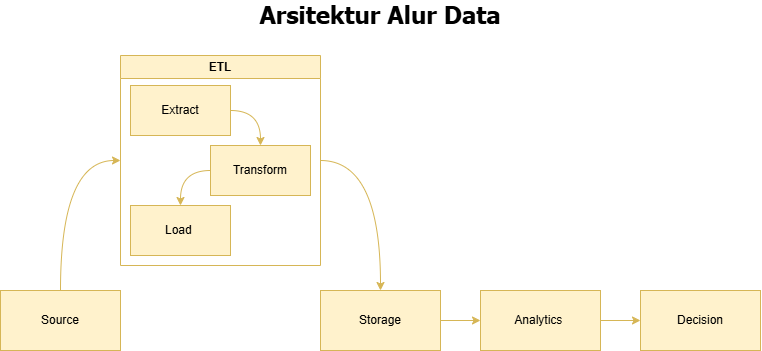
Nia026/Praktikum-1---Manajemen-Data-dan-Informasi- keeps this draw.io diagram as Alur Diagram/Arsitektur Alur Data.drawio.png. Above is the earlier version. Source tidied: cells renumbered, new cells last; positions are measured from the earlier drawing's top-left corner, leaving out a move shared by most shapes.
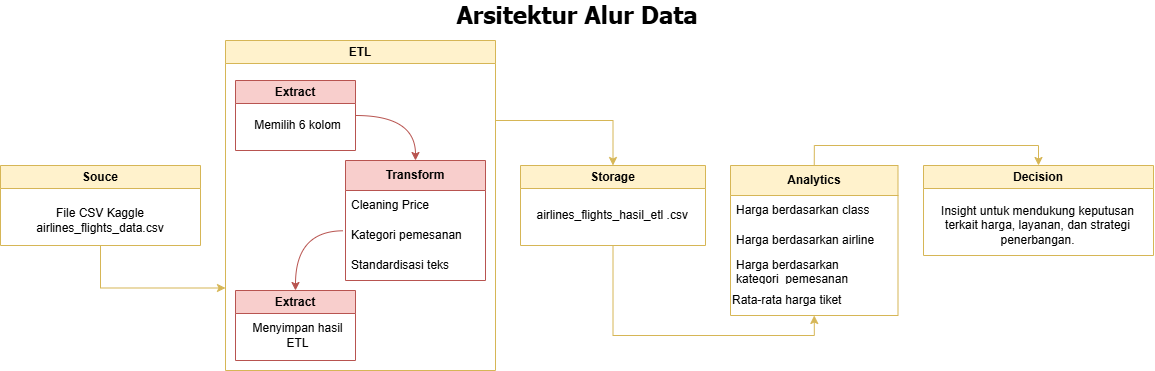
Later version of the same file.

What changed in the source:
```diff
@@ -2,50 +2,97 @@
   <root>
     <mxCell id="0" />
     <mxCell id="1" parent="0" />
+    <mxCell id="17" style="group;" parent="1" vertex="1">
+      <mxGeometry x="-80" y="10" width="1153" height="370" as="geometry" />
+    </mxCell>
-    <mxCell id="2" value="&lt;font style=&quot;font-size: 24px;&quot;&gt;Arsitektur Alur Data&lt;br&gt;&lt;/font&gt;" style="text;html=1;whiteSpace=wrap;strokeColor=none;fillColor=none;align=center;verticalAlign=middle;rounded=0;fontFamily=Tahoma;fontStyle=1;" parent="1" vertex="1">
-      <mxGeometry x="235" width="290" height="30" as="geometry" />
+    <mxCell id="2" value="&lt;font style=&quot;font-size: 24px;&quot;&gt;Arsitektur Alur Data&lt;br&gt;&lt;/font&gt;" style="text;html=1;whiteSpace=wrap;strokeColor=none;fillColor=none;align=center;verticalAlign=middle;rounded=0;fontFamily=Tahoma;fontStyle=1;" parent="17" vertex="1">
+      <mxGeometry x="431.5" width="290" height="30" as="geometry" />
     </mxCell>
-    <mxCell id="3" style="edgeStyle=orthogonalEdgeStyle;rounded=0;jettySize=auto;html=1;entryX=0;entryY=0.5;entryDx=0;entryDy=0;elbow=vertical;curved=1;fillColor=#fff2cc;strokeColor=#d6b656;" parent="1" edge="1" source="4" target="6">
-      <mxGeometry relative="1" as="geometry" />
-    </mxCell>
-    <mxCell id="4" value="Source" style="rounded=0;whiteSpace=wrap;html=1;fillColor=#fff2cc;strokeColor=#d6b656;" parent="1" vertex="1">
-      <mxGeometry y="290" width="120" height="60" as="geometry" />
-    </mxCell>
-    <mxCell id="5" style="edgeStyle=orthogonalEdgeStyle;rounded=0;jettySize=auto;html=1;entryX=0.5;entryY=0;entryDx=0;entryDy=0;elbow=vertical;curved=1;exitX=1;exitY=0.5;exitDx=0;exitDy=0;fillColor=#fff2cc;strokeColor=#d6b656;" parent="1" edge="1" source="6" target="13">
-      <mxGeometry relative="1" as="geometry" />
+    <mxCell id="5" style="edgeStyle=orthogonalEdgeStyle;rounded=0;jettySize=auto;html=1;entryX=0.5;entryY=0;entryDx=0;entryDy=0;elbow=vertical;fillColor=#fff2cc;strokeColor=#d6b656;" parent="17" edge="1" source="6" target="13">
+      <mxGeometry relative="1" as="geometry">
+        <Array as="points">
+          <mxPoint x="612.5" y="120" />
+        </Array>
+      </mxGeometry>
     </mxCell>
-    <mxCell id="6" value="ETL" style="swimlane;whiteSpace=wrap;html=1;fillColor=#fff2cc;strokeColor=#d6b656;" parent="1" vertex="1">
-      <mxGeometry x="120" y="55" width="200" height="210" as="geometry" />
+    <mxCell id="6" value="ETL" style="swimlane;whiteSpace=wrap;html=1;fillColor=#fff2cc;strokeColor=#d6b656;" parent="17" vertex="1">
+      <mxGeometry x="225" y="40" width="270" height="330" as="geometry" />
     </mxCell>
-    <mxCell id="7" style="rounded=0;jettySize=auto;html=1;entryX=0.5;entryY=0;entryDx=0;entryDy=0;exitX=1;exitY=0.5;exitDx=0;exitDy=0;edgeStyle=orthogonalEdgeStyle;curved=1;fillColor=#fff2cc;strokeColor=#d6b656;" parent="6" edge="1" source="8" target="10">
-      <mxGeometry relative="1" as="geometry" />
-    </mxCell>
-    <mxCell id="8" value="Extract" style="rounded=0;whiteSpace=wrap;html=1;fillColor=#fff2cc;strokeColor=#d6b656;" parent="6" vertex="1">
-      <mxGeometry x="10" y="30" width="100" height="50" as="geometry" />
-    </mxCell>
-    <mxCell id="9" style="edgeStyle=orthogonalEdgeStyle;rounded=0;jettySize=auto;html=1;entryX=0.5;entryY=0;entryDx=0;entryDy=0;elbow=vertical;curved=1;exitX=0;exitY=0.5;exitDx=0;exitDy=0;fillColor=#fff2cc;strokeColor=#d6b656;" parent="6" edge="1" source="10" target="11">
-      <mxGeometry relative="1" as="geometry" />
-    </mxCell>
+    <mxCell id="18" style="edgeStyle=orthogonalEdgeStyle;rounded=0;jettySize=auto;html=1;entryX=0.5;entryY=0;entryDx=0;entryDy=0;elbow=vertical;curved=1;exitX=1;exitY=0.5;exitDx=0;exitDy=0;fillColor=#f8cecc;strokeColor=#b85450;" parent="6" edge="1" source="19" target="10">
+      <mxGeometry relative="1" as="geometry" />
+    </mxCell>
+    <mxCell id="19" value="Extract" style="swimlane;whiteSpace=wrap;html=1;fillColor=#f8cecc;strokeColor=#b85450;" parent="6" vertex="1">
+      <mxGeometry x="10" y="40" width="120" height="70" as="geometry" />
+    </mxCell>
+    <mxCell id="20" value="Memilih 6 kolom" style="text;html=1;whiteSpace=wrap;strokeColor=none;fillColor=none;align=center;verticalAlign=middle;rounded=0;" parent="19" vertex="1">
+      <mxGeometry x="15" y="30" width="95" height="30" as="geometry" />
+    </mxCell>
+    <mxCell id="21" style="edgeStyle=orthogonalEdgeStyle;rounded=0;jettySize=auto;html=1;entryX=0.5;entryY=0;entryDx=0;entryDy=0;elbow=vertical;curved=1;exitX=-0.015;exitY=0.343;exitDx=0;exitDy=0;exitPerimeter=0;fillColor=#f8cecc;strokeColor=#b85450;" parent="6" edge="1" source="23" target="25">
+      <mxGeometry relative="1" as="geometry" />
+    </mxCell>
-    <mxCell id="10" value="Transform" style="rounded=0;whiteSpace=wrap;html=1;fillColor=#fff2cc;strokeColor=#d6b656;" parent="6" vertex="1">
-      <mxGeometry x="90" y="90" width="100" height="50" as="geometry" />
+    <mxCell id="10" value="&lt;b&gt;Transform&lt;/b&gt;" style="swimlane;fontStyle=0;horizontal=1;startSize=30;whiteSpace=wrap;html=1;fillColor=#f8cecc;strokeColor=#b85450;" parent="6" vertex="1">
+      <mxGeometry x="120" y="120" width="140" height="120" as="geometry" />
     </mxCell>
-    <mxCell id="11" value="Load&amp;nbsp;" style="rounded=0;whiteSpace=wrap;html=1;fillColor=#fff2cc;strokeColor=#d6b656;" parent="6" vertex="1">
-      <mxGeometry x="10" y="150" width="100" height="50" as="geometry" />
-    </mxCell>
+    <mxCell id="22" value="Cleaning Price" style="text;strokeColor=none;fillColor=none;align=left;verticalAlign=middle;spacingLeft=4;spacingRight=4;overflow=hidden;whiteSpace=wrap;html=1;" parent="10" vertex="1">
+      <mxGeometry y="30" width="140" height="30" as="geometry" />
+    </mxCell>
+    <mxCell id="23" value="Kategori pemesanan" style="text;strokeColor=none;fillColor=none;align=left;verticalAlign=middle;spacingLeft=4;spacingRight=4;overflow=hidden;points=[[0,0.5],[1,0.5]];portConstraint=eastwest;whiteSpace=wrap;html=1;" parent="10" vertex="1">
+      <mxGeometry y="60" width="140" height="30" as="geometry" />
+    </mxCell>
+    <mxCell id="24" value="Standardisasi teks" style="text;strokeColor=none;fillColor=none;align=left;verticalAlign=middle;spacingLeft=4;spacingRight=4;overflow=hidden;whiteSpace=wrap;html=1;" parent="10" vertex="1">
+      <mxGeometry y="90" width="140" height="30" as="geometry" />
+    </mxCell>
+    <mxCell id="25" value="Extract" style="swimlane;whiteSpace=wrap;html=1;fillColor=#f8cecc;strokeColor=#b85450;" parent="6" vertex="1">
+      <mxGeometry x="10" y="250" width="120" height="70" as="geometry" />
+    </mxCell>
+    <mxCell id="26" value="Menyimpan hasil ETL" style="text;html=1;whiteSpace=wrap;strokeColor=none;fillColor=none;align=center;verticalAlign=middle;rounded=0;" parent="25" vertex="1">
+      <mxGeometry x="15" y="30" width="95" height="30" as="geometry" />
+    </mxCell>
+    <mxCell id="27" style="edgeStyle=orthogonalEdgeStyle;rounded=0;jettySize=auto;html=1;entryX=0;entryY=0.75;entryDx=0;entryDy=0;elbow=vertical;exitX=0.5;exitY=1;exitDx=0;exitDy=0;fillColor=#fff2cc;strokeColor=#d6b656;" parent="17" edge="1" source="28" target="6">
+      <mxGeometry relative="1" as="geometry">
+        <Array as="points">
+          <mxPoint x="100" y="287.5" />
+        </Array>
+      </mxGeometry>
+    </mxCell>
+    <mxCell id="28" value="Souce" style="swimlane;whiteSpace=wrap;html=1;fillColor=#fff2cc;strokeColor=#d6b656;" parent="17" vertex="1">
+      <mxGeometry y="165" width="200" height="80" as="geometry" />
+    </mxCell>
+    <mxCell id="29" value="&lt;font&gt;File CSV Kaggle airlines_flights_data.csv&lt;/font&gt;" style="text;html=1;whiteSpace=wrap;strokeColor=none;fillColor=none;align=center;verticalAlign=middle;rounded=0;" parent="28" vertex="1">
+      <mxGeometry x="10" y="40" width="180" height="30" as="geometry" />
+    </mxCell>
-    <mxCell id="12" style="edgeStyle=orthogonalEdgeStyle;rounded=0;jettySize=auto;html=1;elbow=vertical;curved=1;fillColor=#fff2cc;strokeColor=#d6b656;" parent="1" edge="1" source="13" target="15">
+    <mxCell id="12" style="edgeStyle=orthogonalEdgeStyle;rounded=0;jettySize=auto;html=1;entryX=0.5;entryY=1;entryDx=0;entryDy=0;elbow=vertical;exitX=0.5;exitY=1;exitDx=0;exitDy=0;fillColor=#fff2cc;strokeColor=#d6b656;" parent="17" edge="1" source="13" target="15">
       <mxGeometry relative="1" as="geometry" />
     </mxCell>
-    <mxCell id="13" value="Storage" style="rounded=0;whiteSpace=wrap;html=1;fillColor=#fff2cc;strokeColor=#d6b656;" parent="1" vertex="1">
-      <mxGeometry x="320" y="290" width="120" height="60" as="geometry" />
+    <mxCell id="13" value="Storage" style="swimlane;whiteSpace=wrap;html=1;fillColor=#fff2cc;strokeColor=#d6b656;" parent="17" vertex="1">
+      <mxGeometry x="520" y="165" width="185" height="80" as="geometry" />
     </mxCell>
+    <mxCell id="30" value="&lt;span style=&quot;color: rgba(0, 0, 0, 0); font-family: monospace; font-size: 1px; text-align: start; white-space: nowrap;&quot;&gt;B&lt;/span&gt;airlines_flights_hasil_etl .csv&lt;span style=&quot;color: rgba(0, 0, 0, 0); font-family: monospace; font-size: 1px; text-align: start; white-space: nowrap;&quot;&gt;ff2c&lt;/span&gt;" style="text;html=1;whiteSpace=wrap;strokeColor=none;fillColor=none;align=center;verticalAlign=middle;rounded=0;" parent="13" vertex="1">
+      <mxGeometry x="8.8" y="30" width="167.5" height="40" as="geometry" />
+    </mxCell>
-    <mxCell id="14" style="edgeStyle=orthogonalEdgeStyle;rounded=0;jettySize=auto;html=1;elbow=vertical;curved=1;fillColor=#fff2cc;strokeColor=#d6b656;" parent="1" edge="1" source="15" target="16">
+    <mxCell id="14" style="edgeStyle=orthogonalEdgeStyle;rounded=0;jettySize=auto;html=1;entryX=0.5;entryY=0;entryDx=0;entryDy=0;elbow=vertical;exitX=0.5;exitY=0;exitDx=0;exitDy=0;fillColor=#fff2cc;strokeColor=#d6b656;" parent="17" edge="1" source="15" target="16">
       <mxGeometry relative="1" as="geometry" />
     </mxCell>
-    <mxCell id="15" value="Analytics&amp;nbsp;" style="rounded=0;whiteSpace=wrap;html=1;fillColor=#fff2cc;strokeColor=#d6b656;" parent="1" vertex="1">
-      <mxGeometry x="480" y="290" width="120" height="60" as="geometry" />
+    <mxCell id="15" value="&lt;b&gt;Analytics&lt;/b&gt;" style="swimlane;fontStyle=0;horizontal=1;startSize=30;whiteSpace=wrap;html=1;fillColor=#fff2cc;strokeColor=#d6b656;" parent="17" vertex="1">
+      <mxGeometry x="730" y="165" width="167.5" height="150" as="geometry" />
     </mxCell>
+    <mxCell id="31" value="Harga berdasarkan class" style="text;strokeColor=none;fillColor=none;align=left;verticalAlign=middle;spacingLeft=4;spacingRight=4;overflow=hidden;whiteSpace=wrap;html=1;" parent="15" vertex="1">
+      <mxGeometry y="30" width="167.5" height="30" as="geometry" />
+    </mxCell>
+    <mxCell id="32" value="Harga berdasarkan airline" style="text;strokeColor=none;fillColor=none;align=left;verticalAlign=middle;spacingLeft=4;spacingRight=4;overflow=hidden;whiteSpace=wrap;html=1;" parent="15" vertex="1">
+      <mxGeometry y="60" width="167.5" height="30" as="geometry" />
+    </mxCell>
+    <mxCell id="33" value="Harga berdasarkan kategori_pemesanan" style="text;strokeColor=none;fillColor=none;align=left;verticalAlign=middle;spacingLeft=4;spacingRight=4;overflow=hidden;whiteSpace=wrap;html=1;" parent="15" vertex="1">
+      <mxGeometry y="90" width="167.5" height="30" as="geometry" />
+    </mxCell>
+    <mxCell id="34" value="Rata-rata harga tiket" style="text;html=1;whiteSpace=wrap;strokeColor=none;fillColor=none;align=left;verticalAlign=middle;rounded=0;" parent="15" vertex="1">
+      <mxGeometry y="120" width="167.5" height="30" as="geometry" />
+    </mxCell>
-    <mxCell id="16" value="Decision" style="rounded=0;whiteSpace=wrap;html=1;fillColor=#fff2cc;strokeColor=#d6b656;" parent="1" vertex="1">
-      <mxGeometry x="640" y="290" width="120" height="60" as="geometry" />
+    <mxCell id="16" value="Decision" style="swimlane;whiteSpace=wrap;html=1;fillColor=#fff2cc;strokeColor=#d6b656;" parent="17" vertex="1">
+      <mxGeometry x="923" y="165" width="230" height="90" as="geometry" />
     </mxCell>
+    <mxCell id="35" value="Insight untuk mendukung keputusan terkait harga, layanan, dan strategi penerbangan." style="text;html=1;whiteSpace=wrap;strokeColor=none;fillColor=none;align=center;verticalAlign=middle;rounded=0;" parent="16" vertex="1">
+      <mxGeometry x="9.4" y="30" width="211.2" height="60" as="geometry" />
+    </mxCell>
   </root>
 </mxGraphModel>
```
